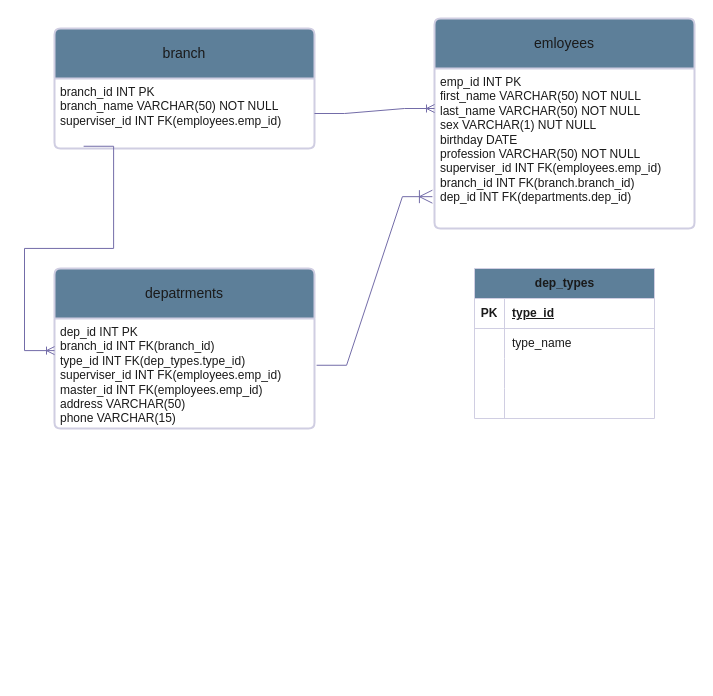
Above: BoilerPlant.drawio in vittal94/ER-Diagrams (draw.io), before the change. Source tidied: cells renumbered, new cells numbered last; positions are measured from the earlier drawing's top-left corner, leaving out a move shared by most shapes. Both pictures are drawn from the tidied source at 100%, with x=0, y=0 at pixel (54, 18).
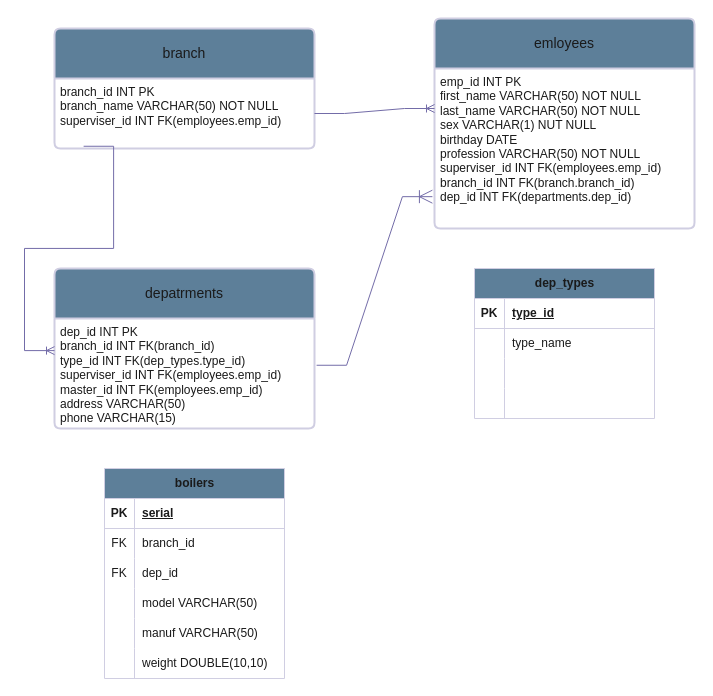
The same page after the edit.

What changed in the source:
```diff
@@
+    <mxCell id="24" value="boilers" style="shape=table;startSize=30;childLayout=tableLayout;rowLines=0;fontStyle=1;align=center;html=1;strokeColor=#D0CEE2;fontColor=#1A1A1A;fillColor=#5D7F99;" parent="1" vertex="1">
+      <mxGeometry x="50" y="450" width="180" height="210" as="geometry" />
+    </mxCell>
+    <mxCell id="25" style="shape=tableRow;horizontal=0;startSize=0;swimlaneHead=0;swimlaneBody=0;fillColor=none;top=0;left=0;right=0;bottom=1;strokeColor=#D0CEE2;fontColor=#1A1A1A;" parent="24" vertex="1">
+      <mxGeometry y="30" width="180" height="30" as="geometry" />
+    </mxCell>
+    <mxCell id="26" value="PK" style="shape=partialRectangle;fillColor=none;top=0;left=0;bottom=0;right=0;fontStyle=1;overflow=hidden;whiteSpace=wrap;html=1;strokeColor=#D0CEE2;fontColor=#1A1A1A;" parent="25" vertex="1">
+      <mxGeometry width="30" height="30" as="geometry" />
+    </mxCell>
+    <mxCell id="27" value="serial" style="shape=partialRectangle;fillColor=none;top=0;left=0;bottom=0;right=0;align=left;spacingLeft=6;fontStyle=5;overflow=hidden;whiteSpace=wrap;html=1;strokeColor=#D0CEE2;fontColor=#1A1A1A;" parent="25" vertex="1">
+      <mxGeometry x="30" width="150" height="30" as="geometry" />
+    </mxCell>
+    <mxCell id="28" style="shape=tableRow;horizontal=0;startSize=0;swimlaneHead=0;swimlaneBody=0;fillColor=none;top=0;left=0;right=0;bottom=0;strokeColor=#D0CEE2;fontColor=#1A1A1A;" parent="24" vertex="1">
+      <mxGeometry y="60" width="180" height="30" as="geometry" />
+    </mxCell>
+    <mxCell id="29" value="FK" style="shape=partialRectangle;fillColor=none;top=0;left=0;bottom=0;right=0;overflow=hidden;whiteSpace=wrap;html=1;strokeColor=#D0CEE2;fontColor=#1A1A1A;" parent="28" vertex="1">
+      <mxGeometry width="30" height="30" as="geometry" />
+    </mxCell>
+    <mxCell id="30" value="branch_id" style="shape=partialRectangle;fillColor=none;top=0;left=0;bottom=0;right=0;align=left;spacingLeft=6;overflow=hidden;whiteSpace=wrap;html=1;strokeColor=#D0CEE2;fontColor=#1A1A1A;" parent="28" vertex="1">
+      <mxGeometry x="30" width="150" height="30" as="geometry" />
+    </mxCell>
+    <mxCell id="31" style="shape=tableRow;horizontal=0;startSize=0;swimlaneHead=0;swimlaneBody=0;fillColor=none;top=0;left=0;right=0;bottom=0;strokeColor=#D0CEE2;fontColor=#1A1A1A;" parent="24" vertex="1">
+      <mxGeometry y="90" width="180" height="30" as="geometry" />
+    </mxCell>
+    <mxCell id="32" value="FK" style="shape=partialRectangle;fillColor=none;top=0;left=0;bottom=0;right=0;overflow=hidden;whiteSpace=wrap;html=1;strokeColor=#D0CEE2;fontColor=#1A1A1A;" parent="31" vertex="1">
+      <mxGeometry width="30" height="30" as="geometry" />
+    </mxCell>
+    <mxCell id="33" value="dep_id" style="shape=partialRectangle;fillColor=none;top=0;left=0;bottom=0;right=0;align=left;spacingLeft=6;overflow=hidden;whiteSpace=wrap;html=1;strokeColor=#D0CEE2;fontColor=#1A1A1A;" parent="31" vertex="1">
+      <mxGeometry x="30" width="150" height="30" as="geometry" />
+    </mxCell>
+    <mxCell id="34" style="shape=tableRow;horizontal=0;startSize=0;swimlaneHead=0;swimlaneBody=0;fillColor=none;top=0;left=0;right=0;bottom=0;strokeColor=#D0CEE2;fontColor=#1A1A1A;" parent="24" vertex="1">
+      <mxGeometry y="120" width="180" height="30" as="geometry" />
+    </mxCell>
+    <mxCell id="35" style="shape=partialRectangle;fillColor=none;top=0;left=0;bottom=0;right=0;overflow=hidden;whiteSpace=wrap;html=1;strokeColor=#D0CEE2;fontColor=#1A1A1A;" parent="34" vertex="1">
+      <mxGeometry width="30" height="30" as="geometry" />
+    </mxCell>
+    <mxCell id="36" value="model VARCHAR(50)" style="shape=partialRectangle;fillColor=none;top=0;left=0;bottom=0;right=0;align=left;spacingLeft=6;overflow=hidden;whiteSpace=wrap;html=1;strokeColor=#D0CEE2;fontColor=#1A1A1A;" parent="34" vertex="1">
+      <mxGeometry x="30" width="150" height="30" as="geometry" />
+    </mxCell>
+    <mxCell id="37" style="shape=tableRow;horizontal=0;startSize=0;swimlaneHead=0;swimlaneBody=0;fillColor=none;top=0;left=0;right=0;bottom=0;strokeColor=#D0CEE2;fontColor=#1A1A1A;" parent="24" vertex="1">
+      <mxGeometry y="150" width="180" height="30" as="geometry" />
+    </mxCell>
+    <mxCell id="38" style="shape=partialRectangle;fillColor=none;top=0;left=0;bottom=0;right=0;overflow=hidden;whiteSpace=wrap;html=1;strokeColor=#D0CEE2;fontColor=#1A1A1A;" parent="37" vertex="1">
+      <mxGeometry width="30" height="30" as="geometry" />
+    </mxCell>
+    <mxCell id="39" value="manuf VARCHAR(50)" style="shape=partialRectangle;fillColor=none;top=0;left=0;bottom=0;right=0;align=left;spacingLeft=6;overflow=hidden;whiteSpace=wrap;html=1;strokeColor=#D0CEE2;fontColor=#1A1A1A;" parent="37" vertex="1">
+      <mxGeometry x="30" width="150" height="30" as="geometry" />
+    </mxCell>
+    <mxCell id="40" style="shape=tableRow;horizontal=0;startSize=0;swimlaneHead=0;swimlaneBody=0;fillColor=none;top=0;left=0;right=0;bottom=0;strokeColor=#D0CEE2;fontColor=#1A1A1A;" parent="24" vertex="1">
+      <mxGeometry y="180" width="180" height="30" as="geometry" />
+    </mxCell>
+    <mxCell id="41" style="shape=partialRectangle;fillColor=none;top=0;left=0;bottom=0;right=0;overflow=hidden;whiteSpace=wrap;html=1;strokeColor=#D0CEE2;fontColor=#1A1A1A;" parent="40" vertex="1">
+      <mxGeometry width="30" height="30" as="geometry" />
+    </mxCell>
+    <mxCell id="42" value="weight DOUBLE(10,10)" style="shape=partialRectangle;fillColor=none;top=0;left=0;bottom=0;right=0;align=left;spacingLeft=6;overflow=hidden;whiteSpace=wrap;html=1;strokeColor=#D0CEE2;fontColor=#1A1A1A;" parent="40" vertex="1">
+      <mxGeometry x="30" width="150" height="30" as="geometry" />
+    </mxCell>
```
